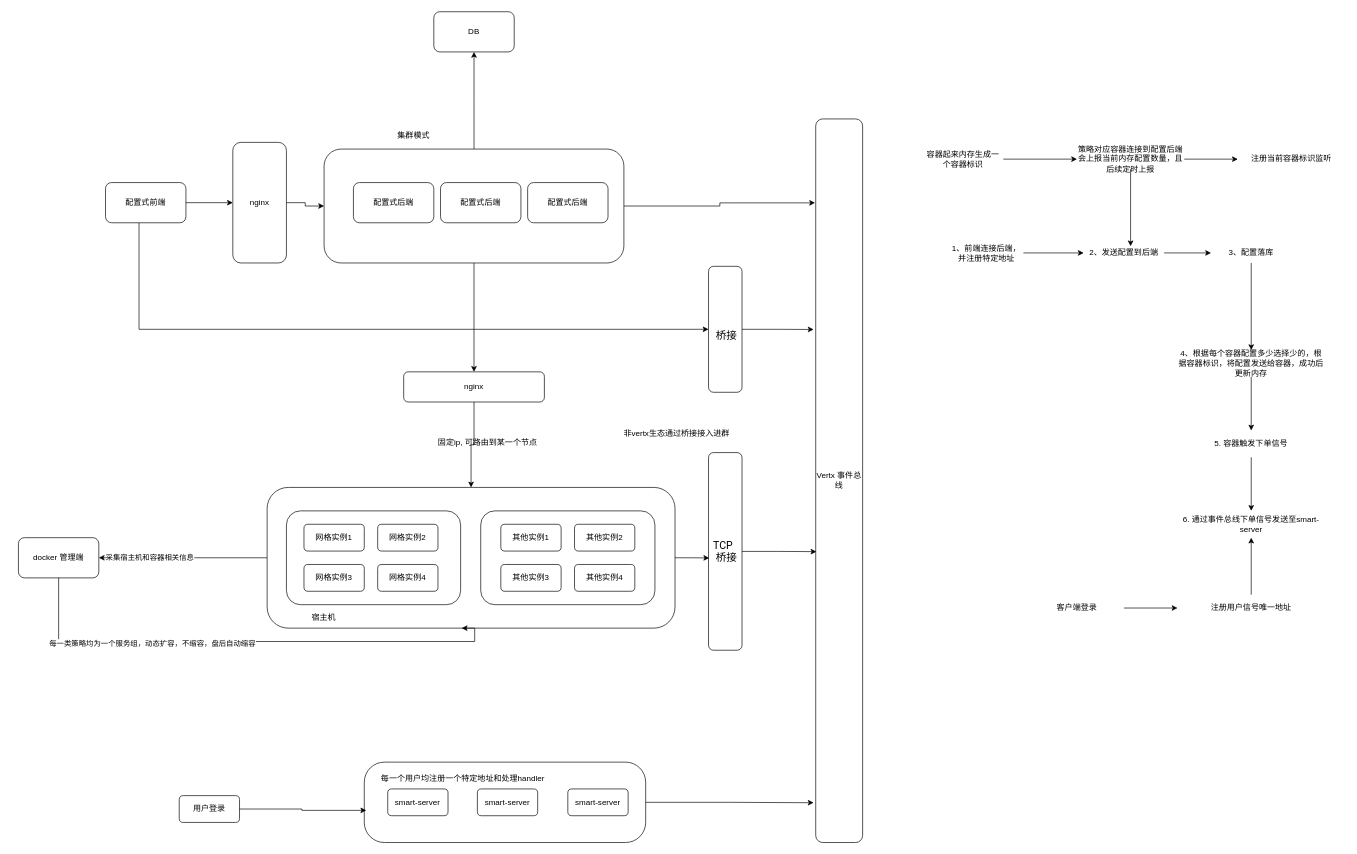
89780012/drawio keeps this draw.io diagram as 配置式策略架构.drawio. Above is the earlier version. Source tidied: cells renumbered, new cells numbered last; positions are measured from the earlier drawing's top-left corner, leaving out a move shared by most shapes. Both pictures are drawn from the tidied source at 67%, with x=0, y=0 at pixel (18, 11).
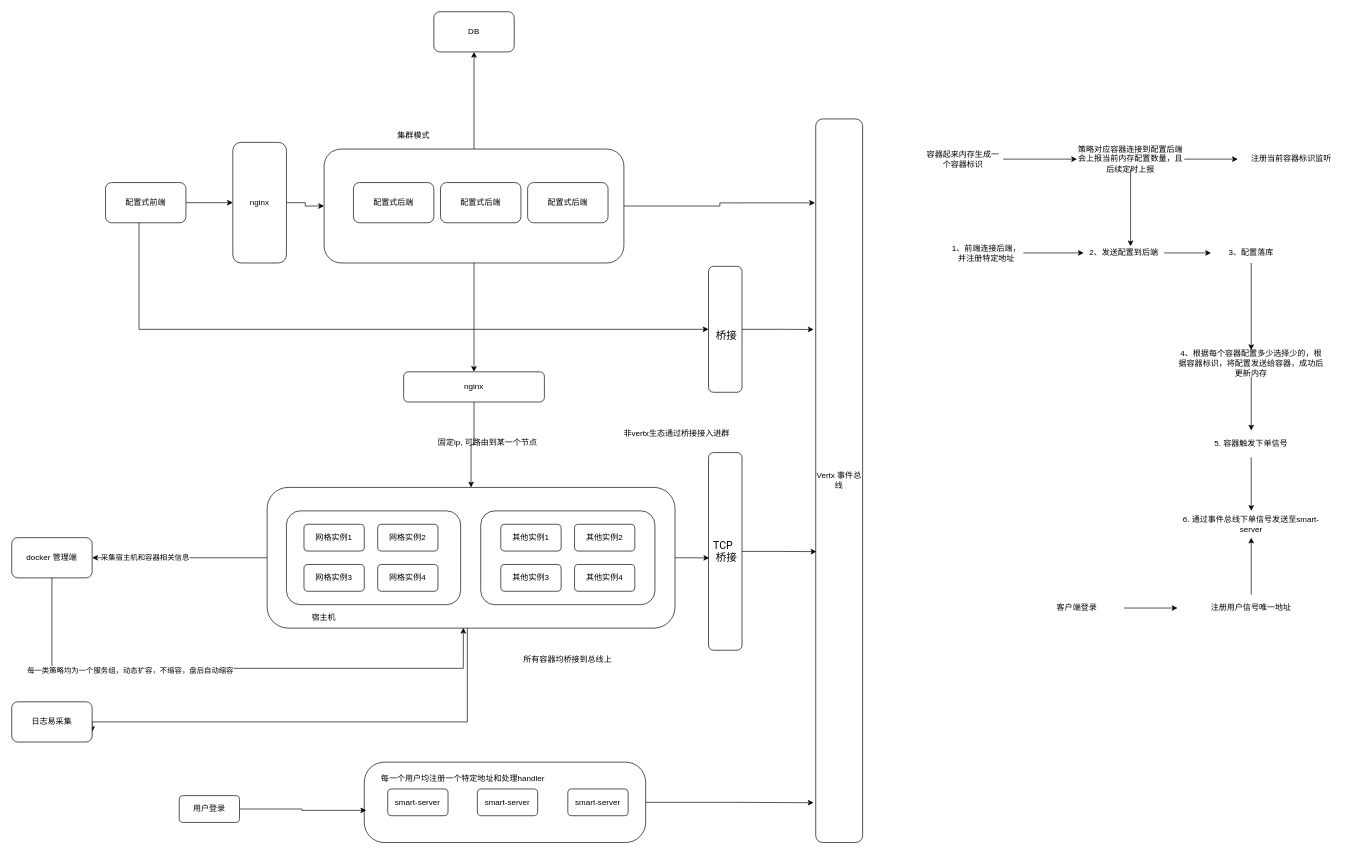
The same diagram, later.

Commit message (it also covers changes not shown here):
更新配置式策略架构.drawio

The change refers to these unchanged cells:
```xml
<mxCell id="5" style="rounded=1;whiteSpace=wrap;html=1;" parent="1" vertex="1">
  <mxGeometry x="371.2" y="710" width="608.8" height="210" as="geometry" />
</mxCell>
```

Change to the diagram source:
```diff
@@
+    <mxCell id="72" style="edgeStyle=orthogonalEdgeStyle;rounded=0;jettySize=auto;html=1;entryX=1;entryY=0.75;entryDx=0;entryDy=0;" parent="1" edge="1" source="5" target="74">
+      <mxGeometry relative="1" as="geometry">
+        <Array as="points">
+          <mxPoint x="670" y="1060" />
+          <mxPoint x="110" y="1060" />
+        </Array>
+      </mxGeometry>
+    </mxCell>
@@
     <mxCell id="50" value="docker 管理端" style="rounded=1;whiteSpace=wrap;html=1;" parent="1" vertex="1">
-      <mxGeometry y="785" width="120" height="60" as="geometry" />
+      <mxGeometry x="-10" y="785" width="120" height="60" as="geometry" />
     </mxCell>
-    <mxCell id="51" style="edgeStyle=orthogonalEdgeStyle;rounded=0;jettySize=auto;html=1;entryX=0.477;entryY=1;entryDx=0;entryDy=0;entryPerimeter=0;" parent="1" edge="1" source="50" target="5">
+    <mxCell id="51" style="edgeStyle=orthogonalEdgeStyle;rounded=0;jettySize=auto;html=1;entryX=0.481;entryY=0.998;entryDx=0;entryDy=0;entryPerimeter=0;exitX=0.5;exitY=1;exitDx=0;exitDy=0;" parent="1" edge="1" source="50" target="5">
       <mxGeometry relative="1" as="geometry">
         <Array as="points">
-          <mxPoint x="60" y="940" />
-          <mxPoint x="681" y="940" />
+          <mxPoint x="50" y="980" />
+          <mxPoint x="664" y="980" />
         </Array>
       </mxGeometry>
     </mxCell>
@@
+    <mxCell id="73" value="所有容器均桥接到总线上" style="text;html=1;align=center;verticalAlign=middle;whiteSpace=wrap;rounded=0;" parent="1" vertex="1">
+      <mxGeometry x="720" y="953" width="200" height="27" as="geometry" />
+    </mxCell>
+    <mxCell id="74" value="日志易采集" style="rounded=1;whiteSpace=wrap;html=1;" parent="1" vertex="1">
+      <mxGeometry x="-10" y="1030" width="120" height="60" as="geometry" />
+    </mxCell>
```
